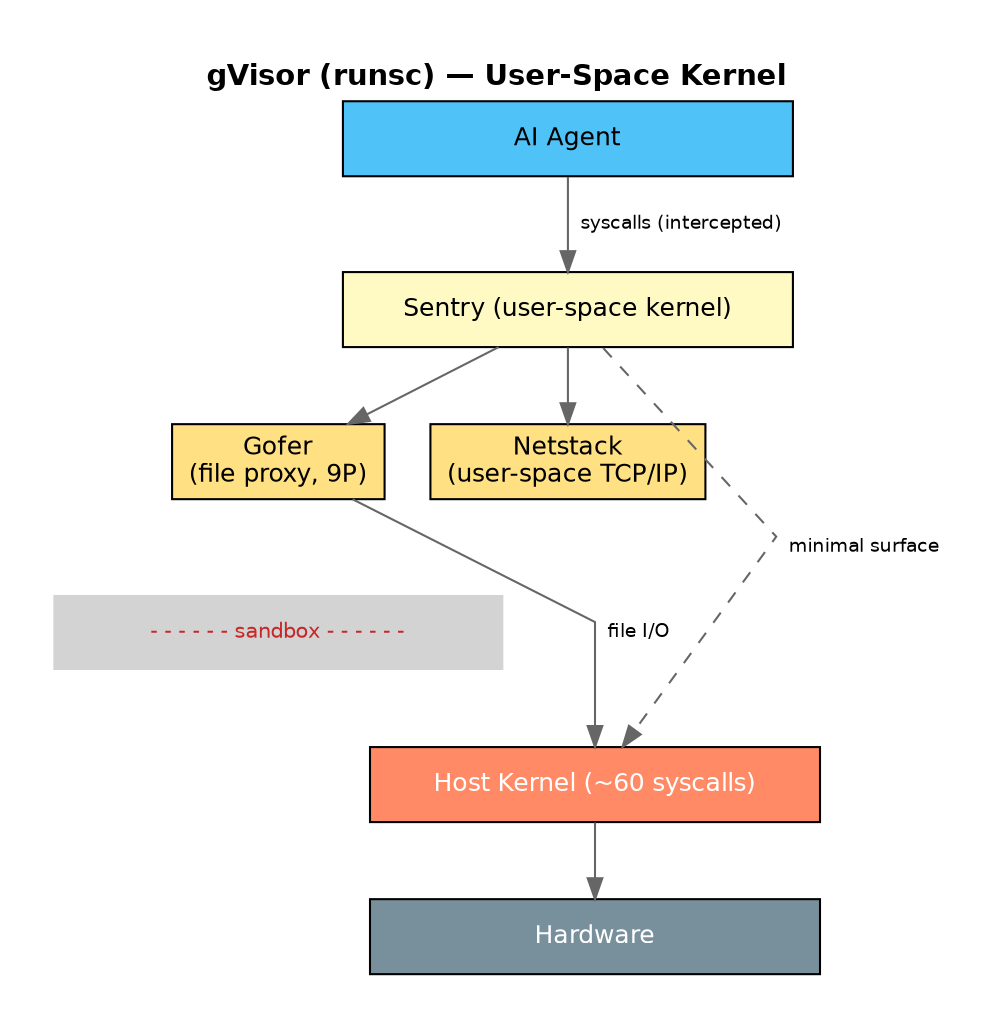
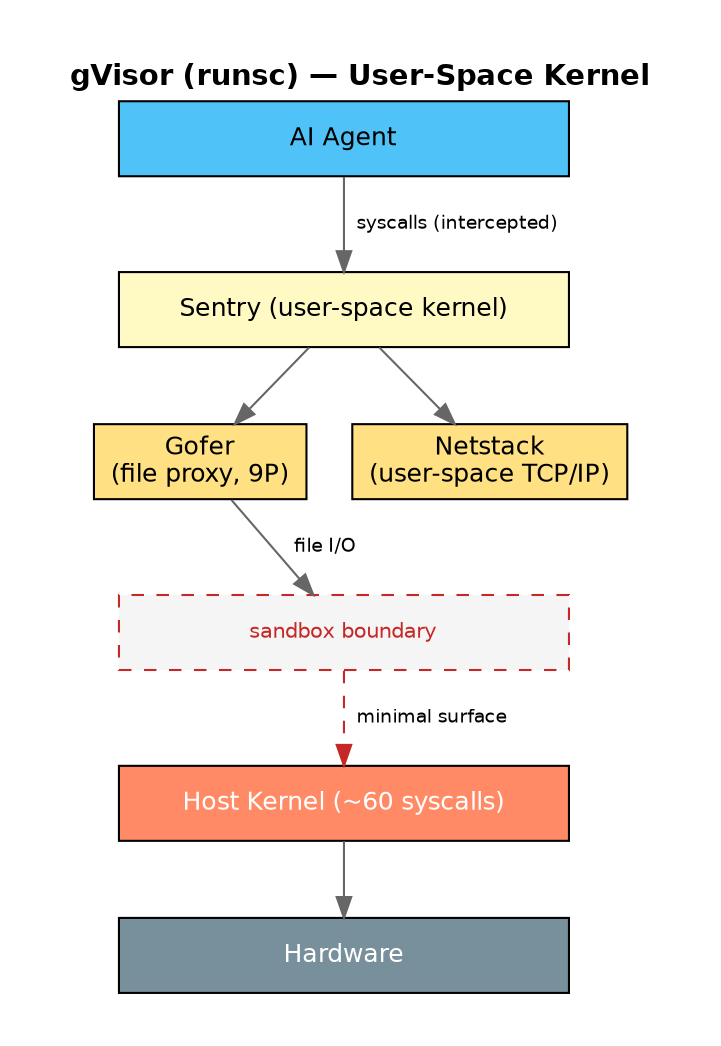
digraph GVisor {
  rankdir=TB;
  splines=false;
  nodesep=0.3;
  ranksep=0.5;
  bgcolor="white";
  margin=0.3;

  node [shape=box, style="filled", fontname="Helvetica", fontsize=12, width=3, height=0.5];
  edge [fontname="Helvetica", fontsize=9, color="#666666"];

  label="gVisor (runsc) — User-Space Kernel";
  labelloc=t;
  fontsize=14;
  fontname="Helvetica-Bold";

  agent [label="AI Agent", fillcolor="#4FC3F7"];
  sentry [label="Sentry (user-space kernel)", fillcolor="#FFF9C4"];

  subgraph {
    rank=same;
    gofer [label="Gofer\n(file proxy, 9P)", fillcolor="#FFE082", width=1.4];
    netstack [label="Netstack\n(user-space TCP/IP)", fillcolor="#FFE082", width=1.4];
  }

-   sb_label [label="- - - - - - sandbox - - - - - -", shape=plaintext, fontsize=10, fontcolor="#C62828"];
- 
+   sb [label="sandbox boundary", style="dashed,filled", fillcolor="#F5F5F5", fontcolor="#C62828", fontsize=10, color="#C62828"];
  kernel [label="Host Kernel (~60 syscalls)", fillcolor="#FF8A65", fontcolor=white];
  hw [label="Hardware", fillcolor="#78909C", fontcolor=white];

  agent -> sentry [label="  syscalls (intercepted)"];
  sentry -> gofer;
  sentry -> netstack;
-   gofer -> sb_label [style=invis];
-   sb_label -> kernel [style=invis];
-   gofer -> kernel [label="  file I/O"];
-   sentry -> kernel [label="  minimal surface", style=dashed];
+   gofer -> sb [label="  file I/O"];
+   netstack -> sb [style=invis];
+   sb -> kernel [style=dashed, color="#C62828", label="  minimal surface"];
  kernel -> hw;
}
